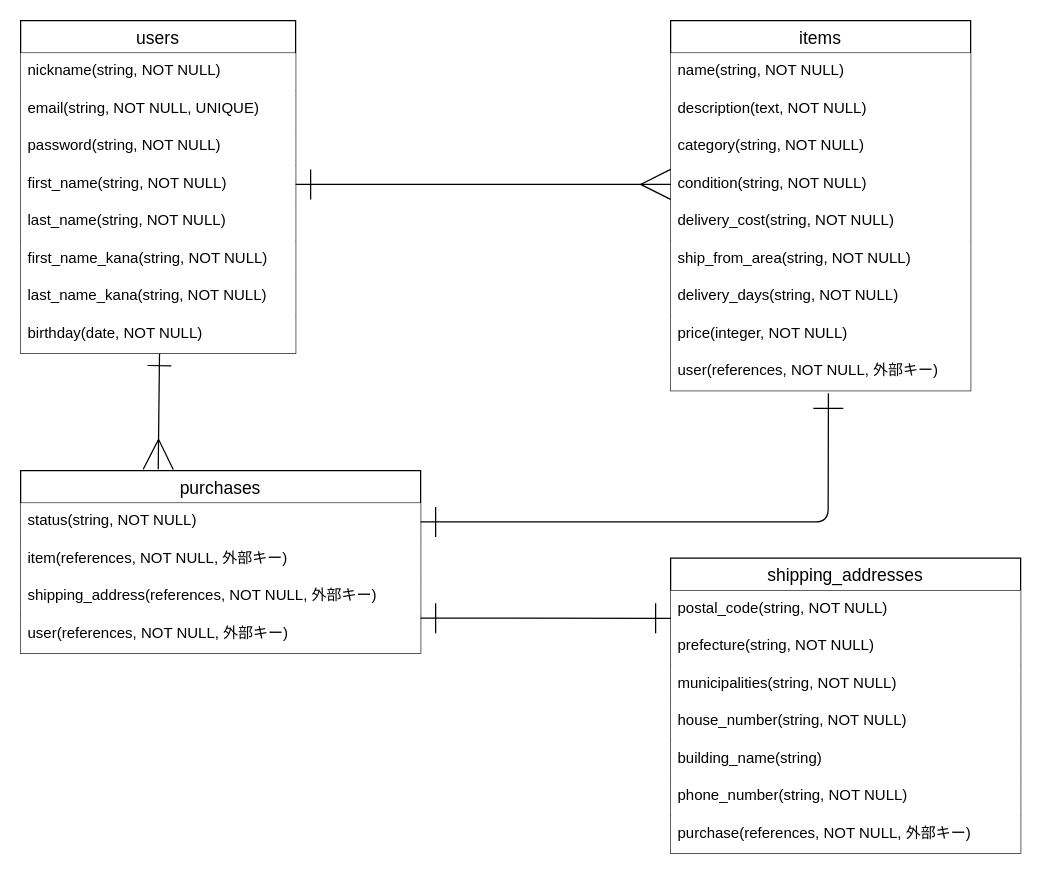
Earlier version of the draw.io diagram ER-furima.dio (iguanakun/furima-39961). Source tidied: cells renumbered, new cells numbered last; positions are measured from the earlier drawing's top-left corner, leaving out a move shared by most shapes. Both pictures are drawn from the tidied source at 125%, with x=0, y=0 at pixel (20, 20).
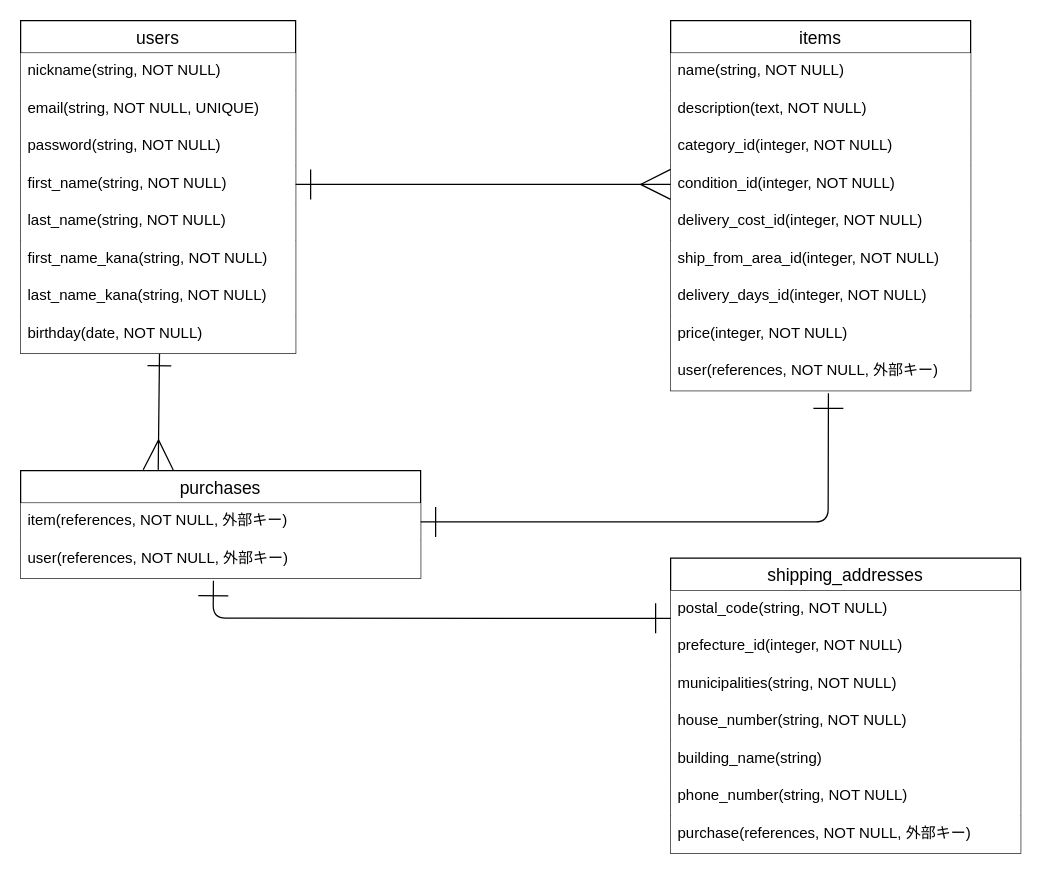
The same diagram, later.

Commit message (it also covers changes not shown here):
レビュー後修正（ER図、README）

Unchanged cells that the change refers to:
```xml
<mxCell id="11" value="items" style="swimlane;fontStyle=0;horizontal=1;startSize=26;align=center;fontSize=14;" parent="1" vertex="1">
  <mxGeometry x="520" width="240" height="296" as="geometry" />
</mxCell>
<mxCell id="20" value="user(references, NOT NULL, 外部キー)" style="text;strokeColor=none;fillColor=default;spacingLeft=4;spacingRight=4;overflow=hidden;points=[[0,0.5],[1,0.5]];portConstraint=eastwest;fontSize=12;" parent="11" vertex="1">
  <mxGeometry y="266" width="240" height="30" as="geometry" />
</mxCell>
<mxCell id="26" value="shipping_addresses" style="swimlane;fontStyle=0;horizontal=1;startSize=26;align=center;fontSize=14;" parent="1" vertex="1">
  <mxGeometry x="520" y="430" width="280" height="236" as="geometry" />
</mxCell>
<mxCell id="27" value="postal_code(string, NOT NULL)" style="text;strokeColor=none;fillColor=default;spacingLeft=4;spacingRight=4;overflow=hidden;points=[[0,0.5],[1,0.5]];portConstraint=eastwest;fontSize=12;" parent="26" vertex="1">
  <mxGeometry y="26" width="280" height="30" as="geometry" />
</mxCell>
```

What changed in the source:
```diff
@@
-    <mxCell id="14" value="category(string, NOT NULL)" style="text;strokeColor=none;fillColor=default;spacingLeft=4;spacingRight=4;overflow=hidden;fontSize=12;" parent="11" vertex="1">
+    <mxCell id="14" value="category_id(integer, NOT NULL)" style="text;strokeColor=none;fillColor=default;spacingLeft=4;spacingRight=4;overflow=hidden;fontSize=12;" parent="11" vertex="1">
       <mxGeometry y="86" width="240" height="30" as="geometry" />
     </mxCell>
-    <mxCell id="15" value="condition(string, NOT NULL)" style="text;strokeColor=none;fillColor=default;spacingLeft=4;spacingRight=4;overflow=hidden;points=[[0,0.5],[1,0.5]];portConstraint=eastwest;fontSize=12;" parent="11" vertex="1">
+    <mxCell id="15" value="condition_id(integer, NOT NULL)" style="text;strokeColor=none;fillColor=default;spacingLeft=4;spacingRight=4;overflow=hidden;points=[[0,0.5],[1,0.5]];portConstraint=eastwest;fontSize=12;" parent="11" vertex="1">
       <mxGeometry y="116" width="240" height="30" as="geometry" />
     </mxCell>
-    <mxCell id="16" value="delivery_cost(string, NOT NULL)" style="text;strokeColor=none;fillColor=default;spacingLeft=4;spacingRight=4;overflow=hidden;fontSize=12;" parent="11" vertex="1">
+    <mxCell id="16" value="delivery_cost_id(integer, NOT NULL)" style="text;strokeColor=none;fillColor=default;spacingLeft=4;spacingRight=4;overflow=hidden;fontSize=12;" parent="11" vertex="1">
       <mxGeometry y="146" width="240" height="30" as="geometry" />
     </mxCell>
-    <mxCell id="17" value="ship_from_area(string, NOT NULL)" style="text;strokeColor=none;fillColor=default;spacingLeft=4;spacingRight=4;overflow=hidden;fontSize=12;" parent="11" vertex="1">
+    <mxCell id="17" value="ship_from_area_id(integer, NOT NULL)" style="text;strokeColor=none;fillColor=default;spacingLeft=4;spacingRight=4;overflow=hidden;fontSize=12;" parent="11" vertex="1">
       <mxGeometry y="176" width="240" height="30" as="geometry" />
     </mxCell>
-    <mxCell id="18" value="delivery_days(string, NOT NULL)" style="text;strokeColor=none;fillColor=default;spacingLeft=4;spacingRight=4;overflow=hidden;fontSize=12;" parent="11" vertex="1">
+    <mxCell id="18" value="delivery_days_id(integer, NOT NULL)" style="text;strokeColor=none;fillColor=default;spacingLeft=4;spacingRight=4;overflow=hidden;fontSize=12;" parent="11" vertex="1">
       <mxGeometry y="206" width="240" height="30" as="geometry" />
     </mxCell>
@@
     <mxCell id="21" value="purchases" style="swimlane;fontStyle=0;horizontal=1;startSize=26;align=center;fontSize=14;" parent="1" vertex="1">
-      <mxGeometry y="360" width="320" height="146" as="geometry" />
+      <mxGeometry y="360" width="320" height="86" as="geometry" />
     </mxCell>
-    <mxCell id="22" value="status(string, NOT NULL)" style="text;strokeColor=none;fillColor=default;spacingLeft=4;spacingRight=4;overflow=hidden;points=[[0,0.5],[1,0.5]];portConstraint=eastwest;fontSize=12;" parent="21" vertex="1">
-      <mxGeometry y="26" width="320" height="30" as="geometry" />
-    </mxCell>
     <mxCell id="23" value="item(references, NOT NULL, 外部キー)" style="text;strokeColor=none;fillColor=default;spacingLeft=4;spacingRight=4;overflow=hidden;fontSize=12;" parent="21" vertex="1">
-      <mxGeometry y="56" width="320" height="30" as="geometry" />
+      <mxGeometry y="26" width="320" height="30" as="geometry" />
     </mxCell>
-    <mxCell id="24" value="shipping_address(references, NOT NULL, 外部キー)" style="text;strokeColor=none;fillColor=default;spacingLeft=4;spacingRight=4;overflow=hidden;fontSize=12;" parent="21" vertex="1">
-      <mxGeometry y="86" width="320" height="30" as="geometry" />
-    </mxCell>
     <mxCell id="25" value="user(references, NOT NULL, 外部キー)" style="text;strokeColor=none;fillColor=default;spacingLeft=4;spacingRight=4;overflow=hidden;points=[[0,0.5],[1,0.5]];portConstraint=eastwest;fontSize=12;" parent="21" vertex="1">
-      <mxGeometry y="116" width="320" height="30" as="geometry" />
+      <mxGeometry y="56" width="320" height="30" as="geometry" />
     </mxCell>
@@
-    <mxCell id="28" value="prefecture(string, NOT NULL)" style="text;strokeColor=none;fillColor=default;spacingLeft=4;spacingRight=4;overflow=hidden;fontSize=12;" parent="26" vertex="1">
+    <mxCell id="28" value="prefecture_id(integer, NOT NULL)" style="text;strokeColor=none;fillColor=default;spacingLeft=4;spacingRight=4;overflow=hidden;fontSize=12;" parent="26" vertex="1">
       <mxGeometry y="56" width="280" height="30" as="geometry" />
     </mxCell>
@@
-    <mxCell id="36" style="edgeStyle=none;html=1;entryX=0.526;entryY=1.072;entryDx=0;entryDy=0;endArrow=ERone;endFill=0;endSize=22;startArrow=ERone;startFill=0;startSize=22;exitX=1;exitY=0.5;exitDx=0;exitDy=0;entryPerimeter=0;" parent="1" edge="1" source="22" target="20">
+    <mxCell id="36" style="edgeStyle=none;html=1;entryX=0.526;entryY=1.072;entryDx=0;entryDy=0;endArrow=ERone;endFill=0;endSize=22;startArrow=ERone;startFill=0;startSize=22;exitX=1;exitY=0.5;exitDx=0;exitDy=0;entryPerimeter=0;" parent="1" edge="1" target="20">
       <mxGeometry relative="1" as="geometry">
+        <mxPoint x="320" y="401" as="sourcePoint" />
         <Array as="points">
           <mxPoint x="646" y="401" />
         </Array>
       </mxGeometry>
     </mxCell>
-    <mxCell id="37" style="html=1;entryX=0;entryY=0.739;entryDx=0;entryDy=0;endArrow=ERone;endFill=0;endSize=22;startArrow=ERone;startFill=0;startSize=22;entryPerimeter=0;" parent="1" edge="1" target="27">
+    <mxCell id="37" style="html=1;entryX=0;entryY=0.739;entryDx=0;entryDy=0;endArrow=ERone;endFill=0;endSize=22;startArrow=ERone;startFill=0;startSize=22;entryPerimeter=0;exitX=0.482;exitY=1.072;exitDx=0;exitDy=0;exitPerimeter=0;" parent="1" edge="1" source="25" target="27">
       <mxGeometry relative="1" as="geometry">
-        <mxPoint x="320" y="478" as="sourcePoint" />
+        <Array as="points">
+          <mxPoint x="154" y="478" />
+        </Array>
       </mxGeometry>
     </mxCell>
```
